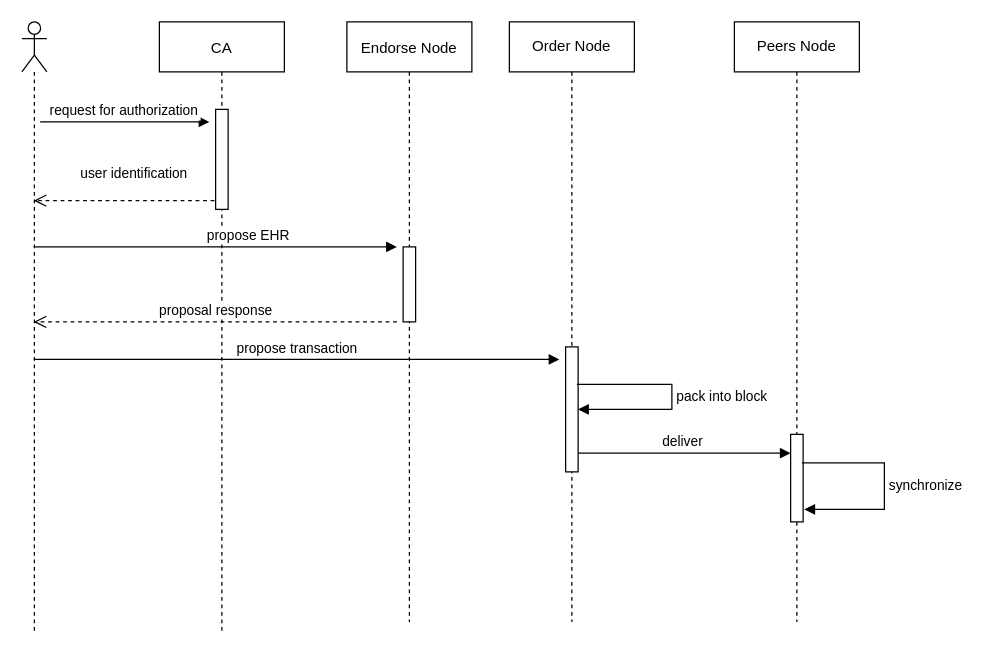
This is HFMC_sequenceDiagram.drawio from unnc-fose-20126522/Health-Status-Monitoring-System-based-on-Hyperledger-Fabric-and-ModeChain, a draw.io file, before an edit. Source tidied: cells renumbered, new cells numbered last; positions are measured from the earlier drawing's top-left corner, leaving out a move shared by most shapes. Both pictures are drawn from the tidied source at 125%, with x=0, y=0 at pixel (21, 21).
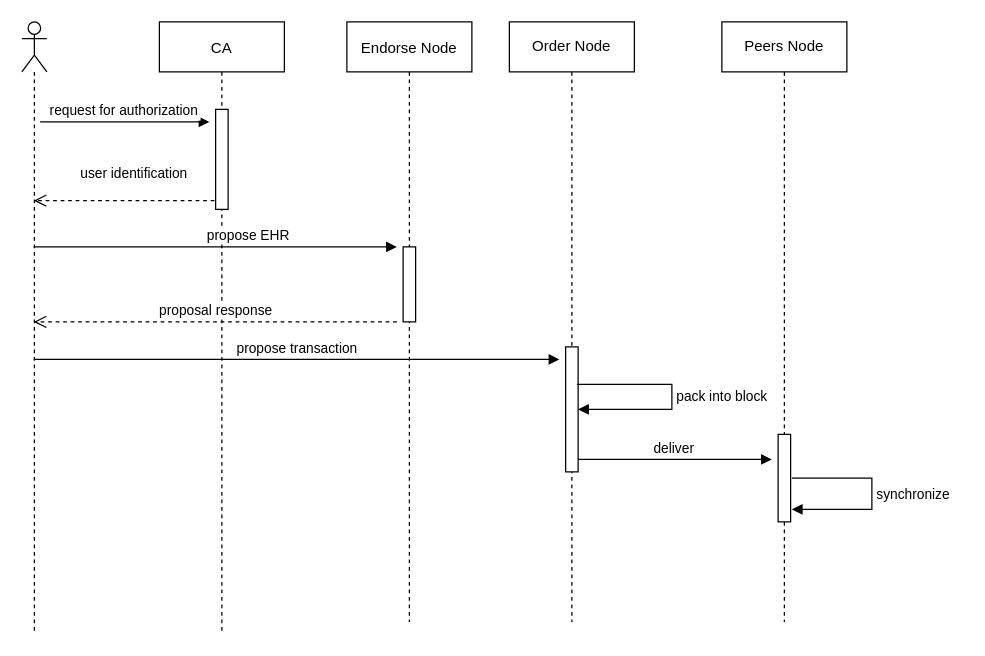
The same page after the edit.

Unchanged cells that the change refers to:
```xml
<mxCell id="11" value="Order Node" style="shape=umlLifeline;perimeter=lifelinePerimeter;whiteSpace=wrap;html=1;" parent="1" vertex="1">
  <mxGeometry x="390" width="100" height="480" as="geometry" />
</mxCell>
<mxCell id="16" style="html=1;points=[];perimeter=orthogonalPerimeter;" parent="15" vertex="1">
  <mxGeometry x="45" y="330" width="10" height="70" as="geometry" />
</mxCell>
```

Change to the diagram source:
```diff
@@
+    <mxCell id="18" value="deliver&amp;nbsp;" style="html=1;verticalAlign=bottom;endArrow=block;rounded=0;" parent="11" edge="1">
+      <mxGeometry relative="1" as="geometry">
+        <mxPoint x="55" y="350" as="sourcePoint" />
+        <mxPoint x="210" y="350" as="targetPoint" />
+      </mxGeometry>
+    </mxCell>
@@
     <mxCell id="15" value="Peers Node" style="shape=umlLifeline;perimeter=lifelinePerimeter;whiteSpace=wrap;html=1;" parent="1" vertex="1">
-      <mxGeometry x="570" width="100" height="480" as="geometry" />
+      <mxGeometry x="560" width="100" height="480" as="geometry" />
     </mxCell>
@@
-    <mxCell id="17" value="synchronize" style="edgeStyle=orthogonalEdgeStyle;html=1;align=left;spacingLeft=2;endArrow=block;rounded=0;exitX=0.9;exitY=0.325;exitDx=0;exitDy=0;exitPerimeter=0;" parent="15" edge="1" source="16">
+    <mxCell id="17" value="synchronize" style="edgeStyle=orthogonalEdgeStyle;html=1;align=left;spacingLeft=2;endArrow=block;rounded=0;" parent="15" edge="1">
       <mxGeometry relative="1" as="geometry">
+        <mxPoint x="56" y="365" as="sourcePoint" />
         <mxPoint x="56" y="390" as="targetPoint" />
         <Array as="points">
-          <mxPoint x="120" y="353" />
+          <mxPoint x="120" y="365" />
           <mxPoint x="120" y="390" />
-          <mxPoint x="56" y="390" />
         </Array>
       </mxGeometry>
     </mxCell>
-    <mxCell id="18" value="deliver&amp;nbsp;" style="html=1;verticalAlign=bottom;endArrow=block;entryX=0;entryY=0;rounded=0;" parent="15" edge="1">
-      <mxGeometry relative="1" as="geometry">
-        <mxPoint x="-125" y="345" as="sourcePoint" />
-        <mxPoint x="45" y="345" as="targetPoint" />
-      </mxGeometry>
-    </mxCell>
```
